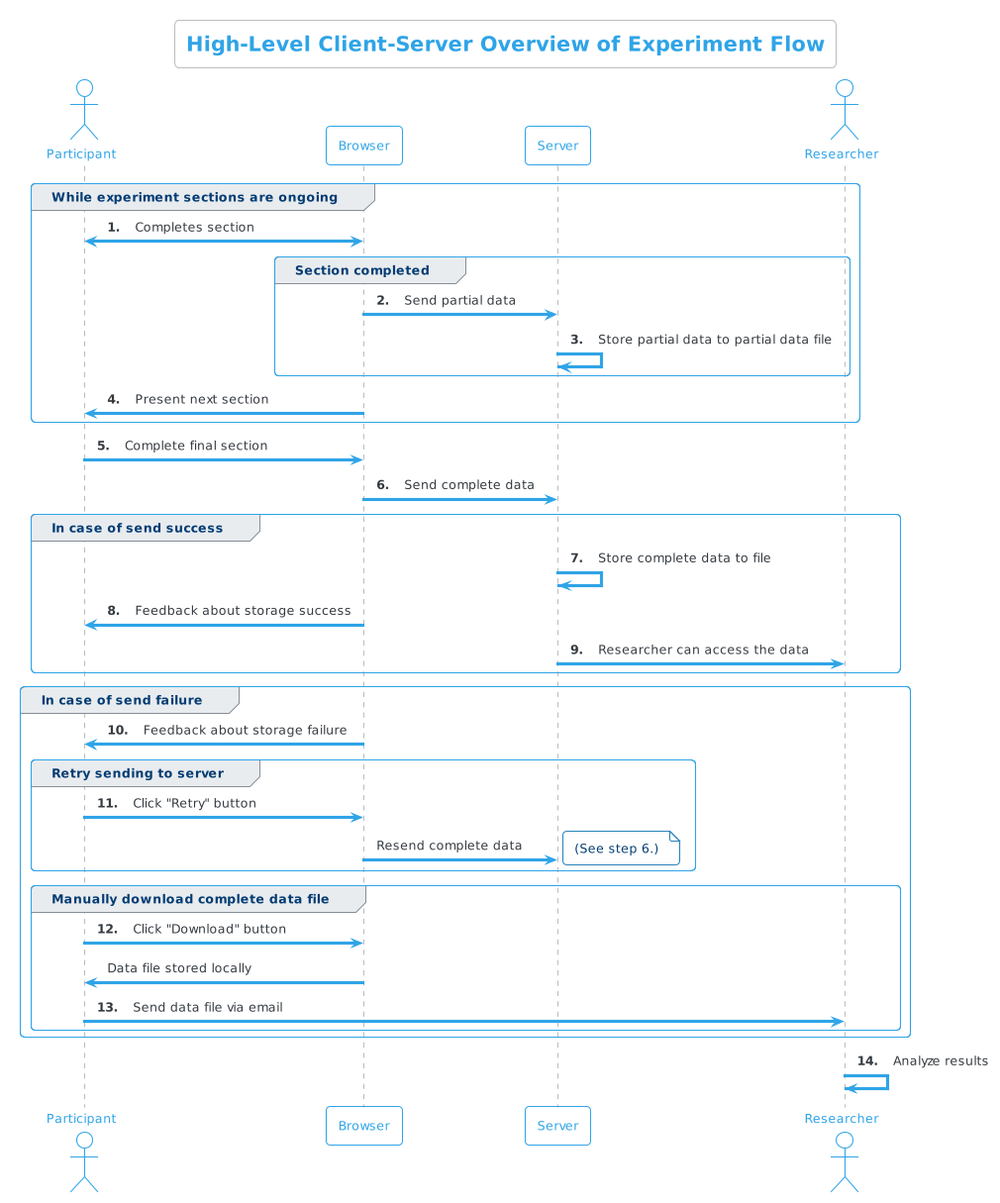
Before: media/exp_sequence.png, a diagram exported from PlantUML (gasparl/expapp).
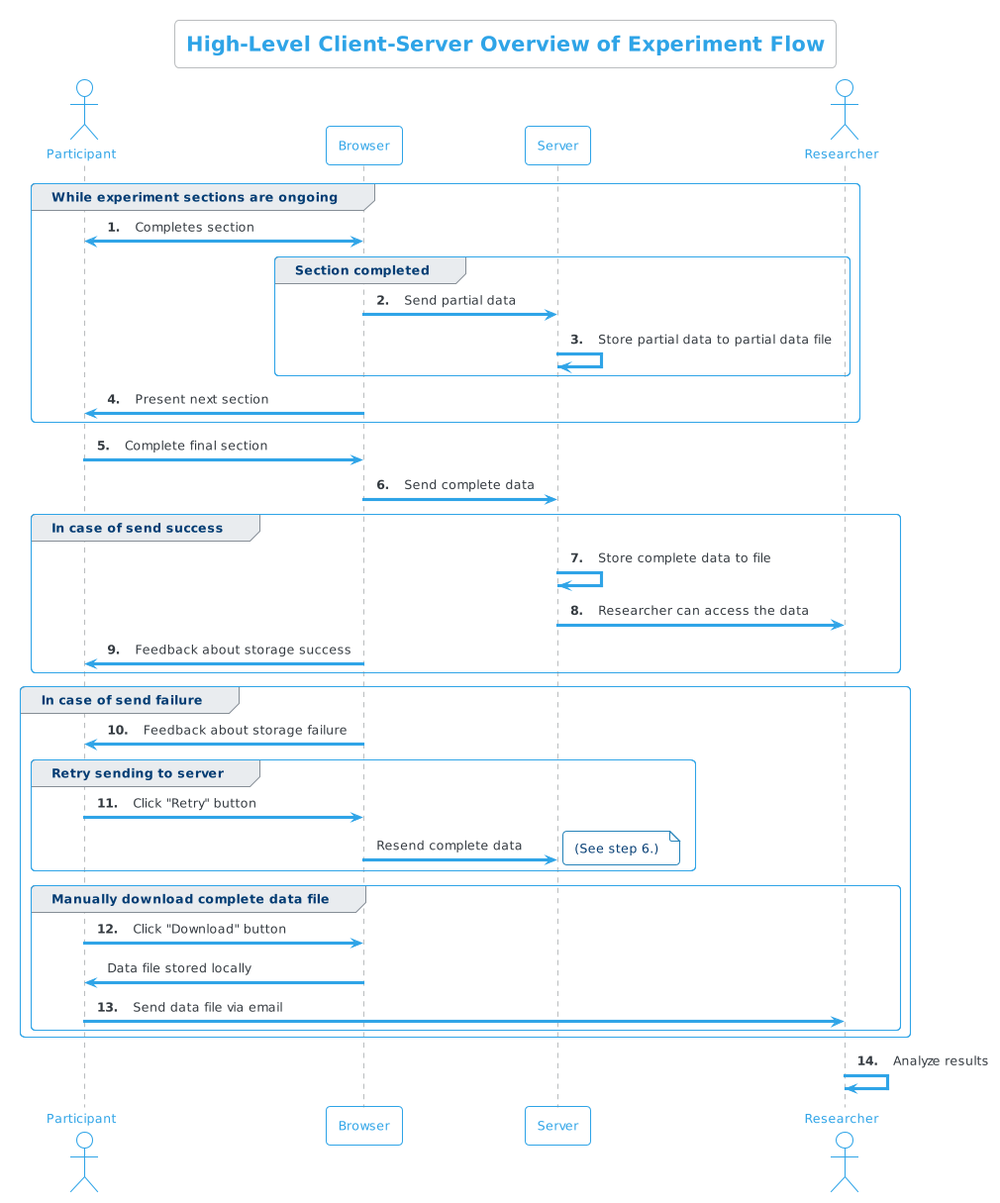
The same file after the commit.

Diff of the diagram source:
```diff
@@ -19,8 +19,8 @@
 B -> S : Send complete data
 group In case of send success
 S -> S : Store complete data to file
+S -> E : Researcher can access the data
 B -> P : Feedback about storage success
-S -> E : Researcher can access the data
 end
 group In case of send failure
     B -> P : Feedback about storage failure
```
